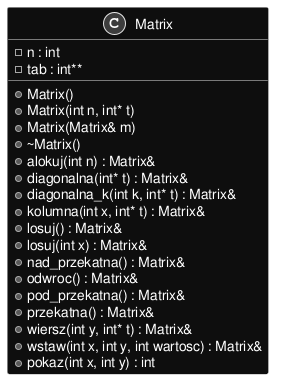
This is inline_umlgraph_1.png from kluchoo/Matrix, a PlantUML export, as it was before one commit.
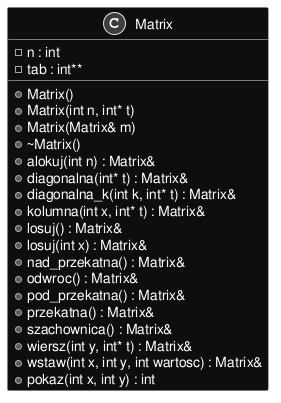
Above is the later version.

What changed in the source:
```diff
@@ -19,6 +19,7 @@
 +odwroc() : Matrix&
 +pod_przekatna() : Matrix&
 +przekatna() : Matrix&
++szachownica() : Matrix&
 +wiersz(int y, int* t) : Matrix&
 +wstaw(int x, int y, int wartosc) : Matrix&
 +pokaz(int x, int y) : int
```
